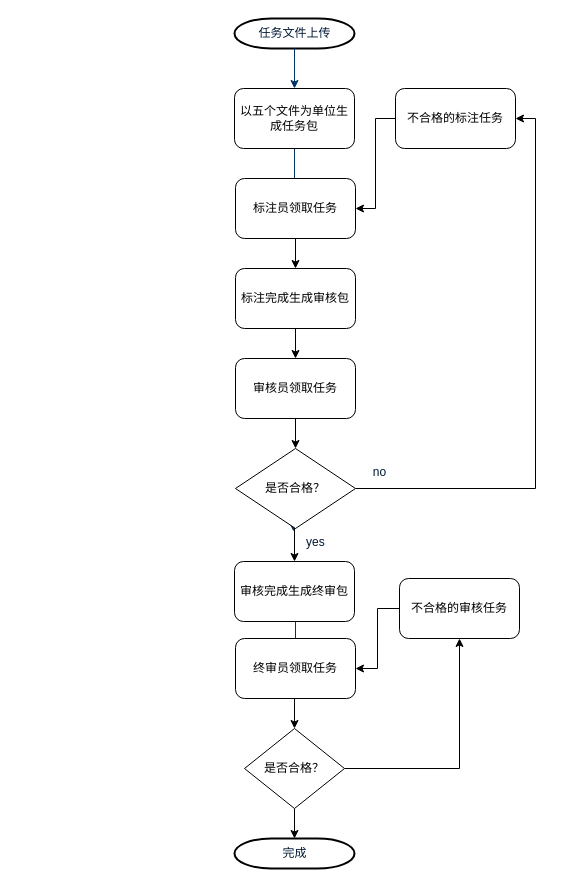
Above: MarkFlow.drawio in chris-peng-1244/draw.io (draw.io), before the change. Source tidied: cells renumbered, new cells numbered last; positions are measured from the earlier drawing's top-left corner, leaving out a move shared by most shapes. Both pictures are drawn from the tidied source at 100%, with x=0, y=0 at pixel (234, 18).
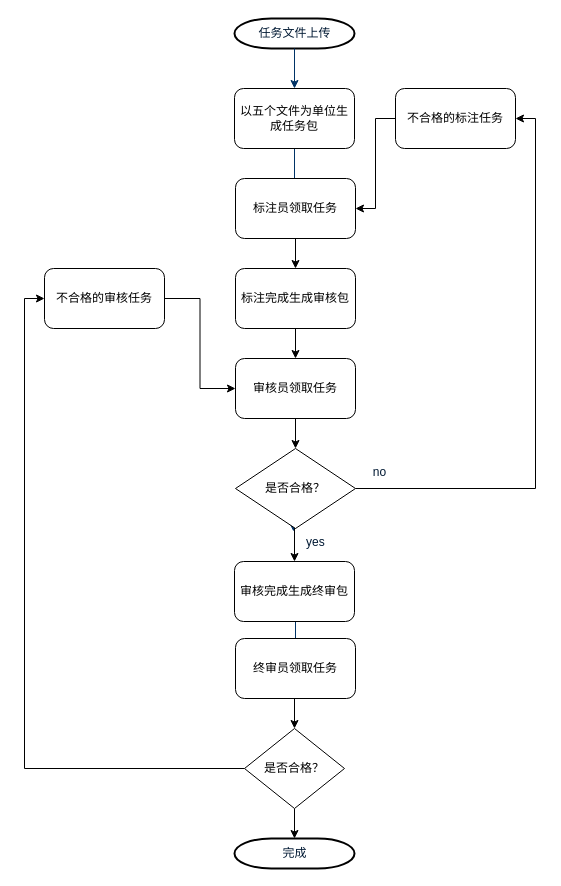
The same page after the edit.

Unchanged cells that the change refers to:
```xml
<mxCell id="9" value="完成" style="shape=mxgraph.flowchart.terminator;fillColor=#FFFFFF;strokeColor=#000000;strokeWidth=2;gradientColor=none;gradientDirection=north;fontColor=#001933;fontStyle=0;html=1;" parent="1" vertex="1">
  <mxGeometry y="820" width="120" height="30" as="geometry" />
</mxCell>
<mxCell id="20" value="是否合格？" style="rhombus;whiteSpace=wrap;html=1;" parent="1" vertex="1">
  <mxGeometry x="10" y="710" width="100" height="80" as="geometry" />
</mxCell>
<mxCell id="22" value="审核员领取任务" style="rounded=1;whiteSpace=wrap;html=1;" parent="1" vertex="1">
  <mxGeometry x="1" y="340" width="120" height="60" as="geometry" />
</mxCell>
<mxCell id="27" value="终审员领取任务" style="rounded=1;whiteSpace=wrap;html=1;" parent="1" vertex="1">
  <mxGeometry x="1" y="620" width="120" height="60" as="geometry" />
</mxCell>
```

The edit, as a diff of the source:
```diff
@@
+    <mxCell id="19" style="edgeStyle=orthogonalEdgeStyle;rounded=0;jettySize=auto;html=1;exitX=0.5;exitY=1;exitDx=0;exitDy=0;" parent="1" edge="1" source="20" target="9">
+      <mxGeometry relative="1" as="geometry" />
+    </mxCell>
-    <mxCell id="18" style="edgeStyle=orthogonalEdgeStyle;rounded=0;jettySize=auto;html=1;exitX=1;exitY=0.5;exitDx=0;exitDy=0;entryX=0.5;entryY=1;entryDx=0;entryDy=0;" parent="1" edge="1" source="20" target="29">
+    <mxCell id="18" style="edgeStyle=orthogonalEdgeStyle;rounded=0;jettySize=auto;html=1;exitX=0;exitY=0.5;exitDx=0;exitDy=0;entryX=0;entryY=0.5;entryDx=0;entryDy=0;" parent="1" edge="1" source="20" target="29">
       <mxGeometry relative="1" as="geometry" />
     </mxCell>
-    <mxCell id="19" style="edgeStyle=orthogonalEdgeStyle;rounded=0;jettySize=auto;html=1;exitX=0.5;exitY=1;exitDx=0;exitDy=0;" parent="1" edge="1" source="20" target="9">
-      <mxGeometry relative="1" as="geometry" />
-    </mxCell>
@@
-    <mxCell id="28" style="edgeStyle=orthogonalEdgeStyle;rounded=0;jettySize=auto;html=1;exitX=0;exitY=0.5;exitDx=0;exitDy=0;entryX=1;entryY=0.5;entryDx=0;entryDy=0;" parent="1" edge="1" source="29" target="27">
-      <mxGeometry relative="1" as="geometry" />
-    </mxCell>
+    <mxCell id="30" style="edgeStyle=orthogonalEdgeStyle;rounded=0;jettySize=auto;html=1;exitX=1;exitY=0.5;exitDx=0;exitDy=0;entryX=0;entryY=0.5;entryDx=0;entryDy=0;" parent="1" edge="1" source="29" target="22">
+      <mxGeometry relative="1" as="geometry" />
+    </mxCell>
     <mxCell id="29" value="不合格的审核任务" style="rounded=1;whiteSpace=wrap;html=1;" parent="1" vertex="1">
-      <mxGeometry x="165" y="560" width="120" height="60" as="geometry" />
+      <mxGeometry x="-190" y="250" width="120" height="60" as="geometry" />
     </mxCell>
```
